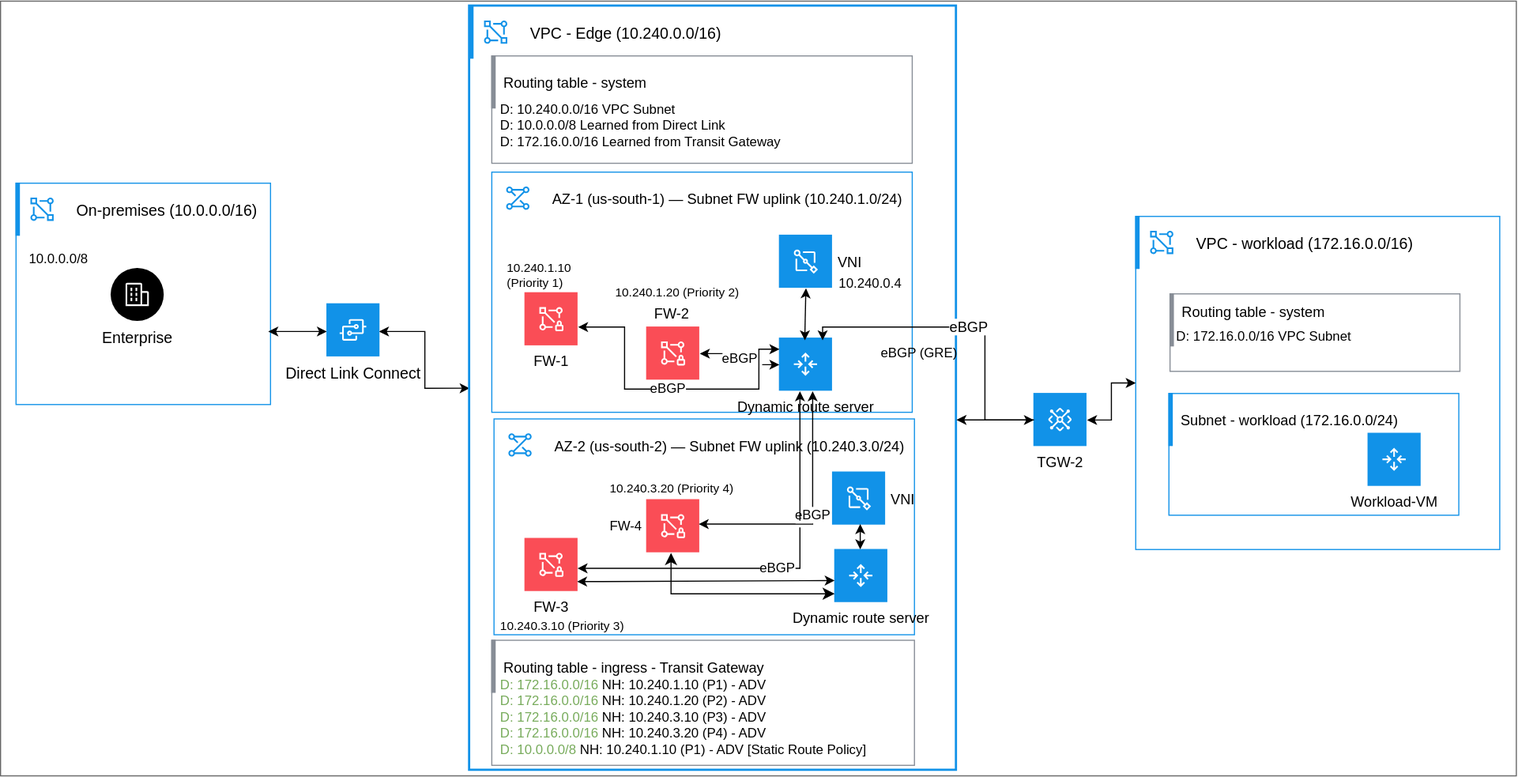
Above: images/drs-multi-az-firewall-deployment.svg in ibm-cloud-docs/vpc (draw.io), before the change. Source tidied: cells renumbered, new cells last; positions are measured from the earlier drawing's top-left corner, leaving out a move shared by most shapes.
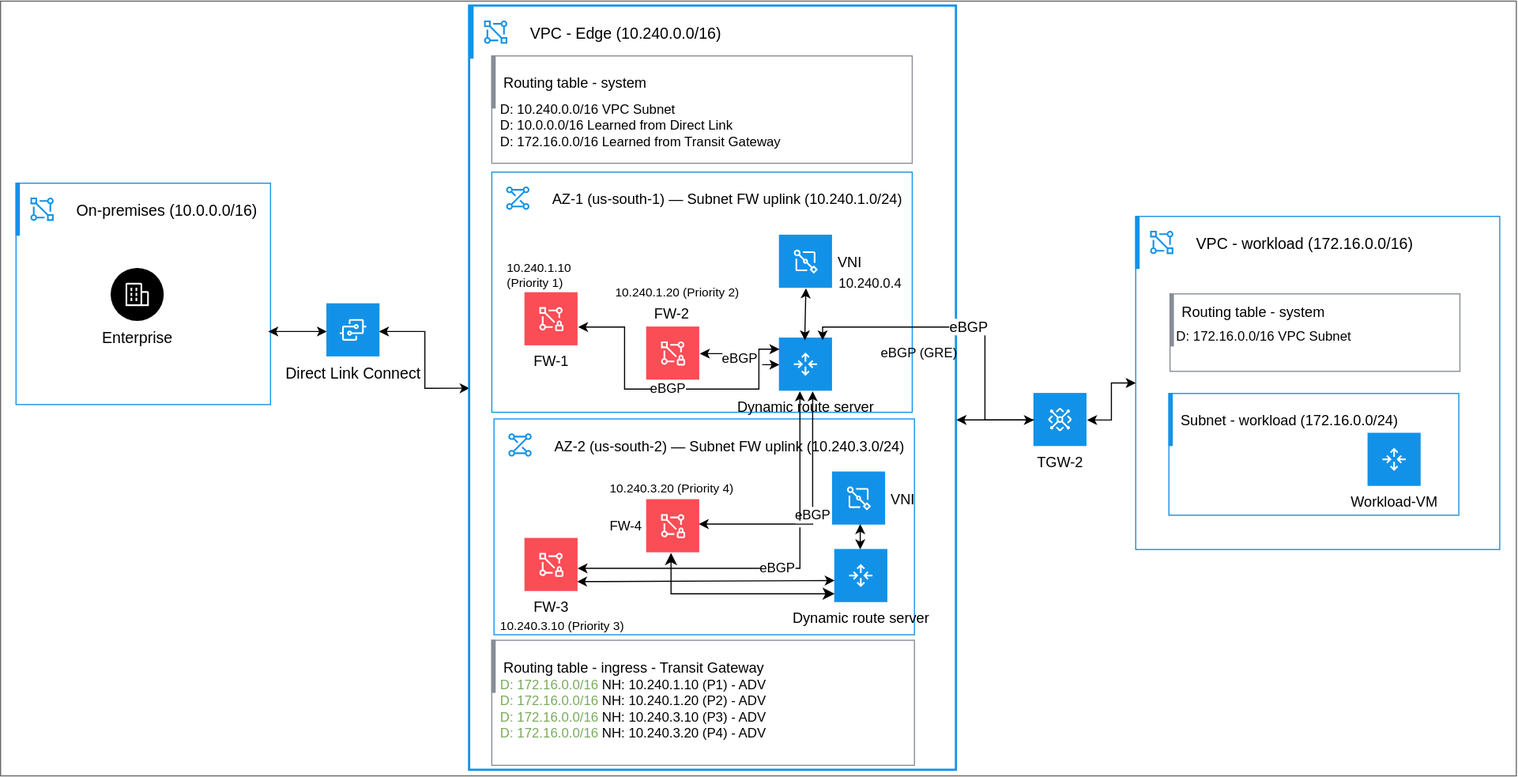
After the change.

What changed in the source:
```diff
@@ -19,9 +19,6 @@
     <mxCell id="6" style="shape=rect;fillColor=#1192E8;labelPosition=right;verticalLabelPosition=middle;align=left;verticalAlign=middle;strokeColor=none;spacingLeft=5;fontSize=14;" parent="3" vertex="1">
       <mxGeometry width="4" height="48" relative="1" as="geometry" />
     </mxCell>
-    <mxCell id="7" value="10.0.0.0/8" style="text;html=1;align=left;verticalAlign=top;whiteSpace=wrap;rounded=0;fontSize=12;" parent="1" vertex="1">
-      <mxGeometry x="24" y="219" width="80" height="20" as="geometry" />
-    </mxCell>
     <mxCell id="8" style="html=1;labelBackgroundColor=#ffffff;jettySize=auto;orthogonalLoop=1;fontSize=13;rounded=0;jumpStyle=gap;edgeStyle=orthogonalEdgeStyle;startArrow=classic;endArrow=classic;strokeWidth=1;startFill=1;endFill=1;sourcePerimeterSpacing=3;targetPerimeterSpacing=3;" parent="1" edge="1">
       <mxGeometry relative="1" as="geometry">
         <mxPoint x="242" y="298" as="sourcePoint" />
@@ -53,7 +50,7 @@
     <mxCell id="15" value="Routing table - system" style="shape=rect;fillColor=#878D96;labelPosition=right;verticalLabelPosition=middle;align=left;verticalAlign=middle;strokeColor=none;spacingLeft=5;fontSize=13;" parent="14" vertex="1">
       <mxGeometry width="4" height="48" relative="1" as="geometry" />
     </mxCell>
-    <mxCell id="16" value="D: 10.240.0.0/16 VPC Subnet&lt;br&gt;D: 10.0.0.0/8 Learned from Direct Link&lt;br&gt;D: 172.16.0.0/16 Learned from Transit Gateway" style="text;html=1;align=left;verticalAlign=top;whiteSpace=wrap;rounded=0;fontSize=12;" parent="1" vertex="1">
+    <mxCell id="16" value="D: 10.240.0.0/16 VPC Subnet&lt;br&gt;D: 10.0.0.0/16 Learned from Direct Link&lt;br&gt;D: 172.16.0.0/16 Learned from Transit Gateway" style="text;html=1;align=left;verticalAlign=top;whiteSpace=wrap;rounded=0;fontSize=12;" parent="1" vertex="1">
       <mxGeometry x="450" y="84" width="295" height="53" as="geometry" />
     </mxCell>
     <mxCell id="17" style="html=1;whiteSpace=wrap;strokeColor=#1192E8;fillColor=none;strokeWidth=1;strokeDasharray=6 6;" parent="1" vertex="1">
@@ -178,8 +175,8 @@
     <mxCell id="45" value="Routing table - ingress - Transit Gateway" style="shape=rect;fillColor=#878D96;labelPosition=right;verticalLabelPosition=middle;align=left;verticalAlign=middle;strokeColor=none;spacingLeft=5;fontSize=13;" parent="44" vertex="1">
       <mxGeometry width="4" height="48" relative="1" as="geometry" />
     </mxCell>
-    <mxCell id="46" value="&lt;span style=&quot;color: rgb(119, 171, 91);&quot;&gt;D: 172.16.0.0/16&lt;/span&gt; NH: 10.240.1.10 (P1) - ADV&lt;div&gt;&lt;span style=&quot;color: rgb(119, 171, 91);&quot;&gt;D: 172.16.0.0/16&lt;/span&gt; NH: 10.240.1.20 (P2) - ADV&amp;nbsp;&lt;br&gt;&lt;span style=&quot;color: rgb(119, 171, 91);&quot;&gt;D: 172.16.0.0/16&lt;/span&gt; NH: 10.240.3.10 (P3) - ADV&amp;nbsp;&lt;/div&gt;&lt;div&gt;&lt;span style=&quot;color: rgb(119, 171, 91);&quot;&gt;D: 172.16.0.0/16&lt;/span&gt; NH: 10.240.3.20 (P4) - ADV&lt;/div&gt;&lt;div&gt;&lt;span style=&quot;background-color: transparent; color: rgb(119, 171, 91);&quot;&gt;D: 10.0.0.0/8&lt;/span&gt;&lt;span style=&quot;background-color: transparent; color: light-dark(rgb(0, 0, 0), rgb(255, 255, 255));&quot;&gt; NH: 10.240.1.10 (P1) - ADV [Static Route Policy]&lt;/span&gt;&amp;nbsp;&lt;/div&gt;" style="text;html=1;align=left;verticalAlign=top;whiteSpace=wrap;rounded=0;fontSize=12;" parent="1" vertex="1">
-      <mxGeometry x="450" y="604" width="338" height="78" as="geometry" />
+    <mxCell id="46" value="&lt;span style=&quot;color: rgb(119, 171, 91);&quot;&gt;D: 172.16.0.0/16&lt;/span&gt; NH: 10.240.1.10 (P1) - ADV&lt;div&gt;&lt;span style=&quot;color: rgb(119, 171, 91);&quot;&gt;D: 172.16.0.0/16&lt;/span&gt; NH: 10.240.1.20 (P2) - ADV&amp;nbsp;&lt;br&gt;&lt;span style=&quot;color: rgb(119, 171, 91);&quot;&gt;D: 172.16.0.0/16&lt;/span&gt; NH: 10.240.3.10 (P3) - ADV&amp;nbsp;&lt;/div&gt;&lt;div&gt;&lt;span style=&quot;color: rgb(119, 171, 91);&quot;&gt;D: 172.16.0.0/16&lt;/span&gt; NH: 10.240.3.20 (P4) - ADV&lt;/div&gt;&lt;div&gt;&lt;br&gt;&lt;/div&gt;" style="text;html=1;align=left;verticalAlign=top;whiteSpace=wrap;rounded=0;fontSize=12;" parent="1" vertex="1">
+      <mxGeometry x="450" y="604" width="338" height="63" as="geometry" />
     </mxCell>
     <mxCell id="47" value="eBGP (GRE)" style="text;html=1;align=left;verticalAlign=top;whiteSpace=wrap;rounded=0;fontSize=12;" parent="1" vertex="1">
       <mxGeometry x="794" y="304" width="90" height="20" as="geometry" />
```
